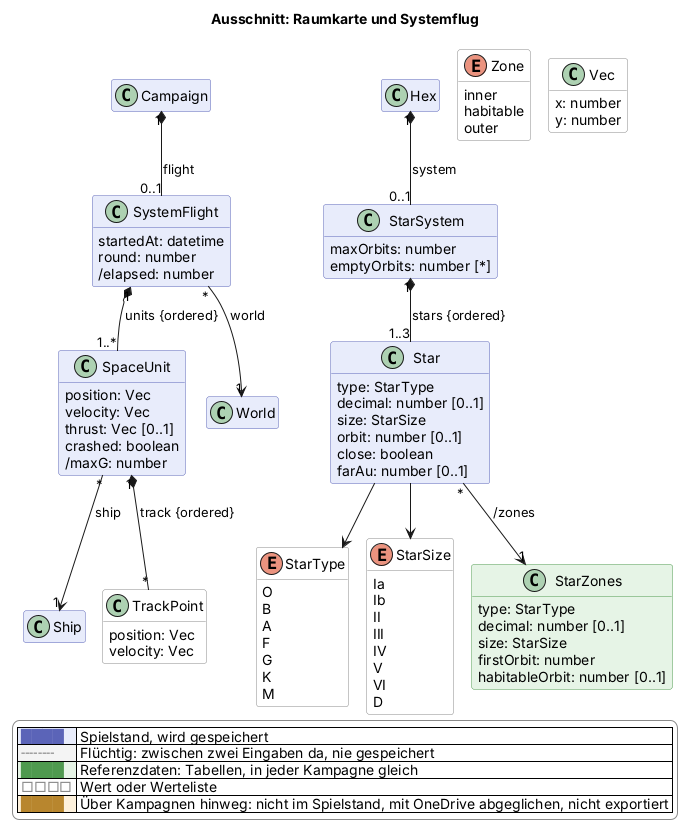
This is docs/views/raum.png from scuzzar/SRE, a PlantUML export, as it was before one commit.
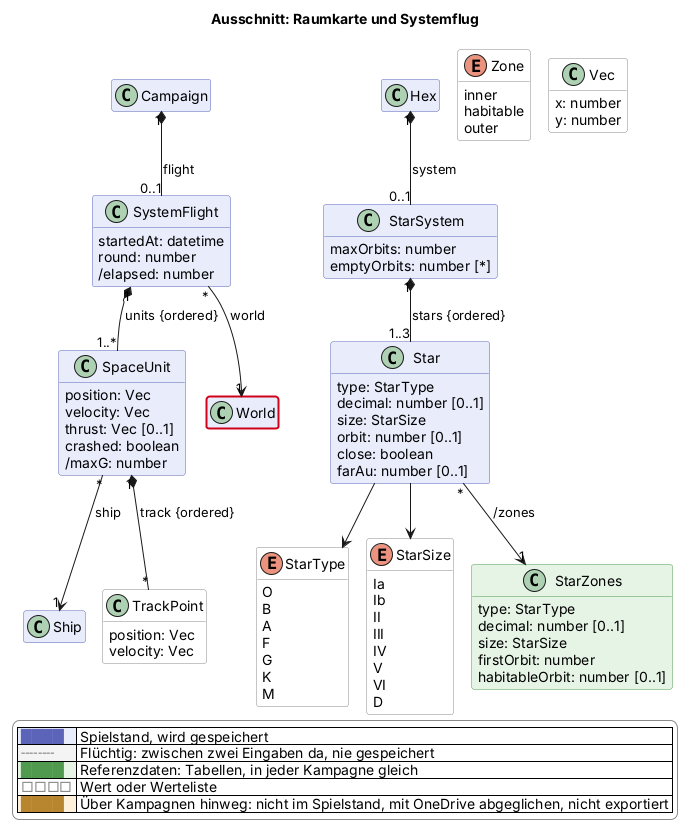
Above is the later version.

Change to the diagram source:
```diff
@@ -178,4 +178,5 @@
   |<#ffffff> <color:#8a8a8a>□□□□</color> | Wert oder Werteliste |
   |<#fdf1dc> <color:#b8862e>████</color> | Über Kampagnen hinweg: nicht im Spielstand, mit OneDrive abgeglichen, nicht exportiert |
 endlegend
+class World #line:d0021b;line.bold
 @enduml
```
